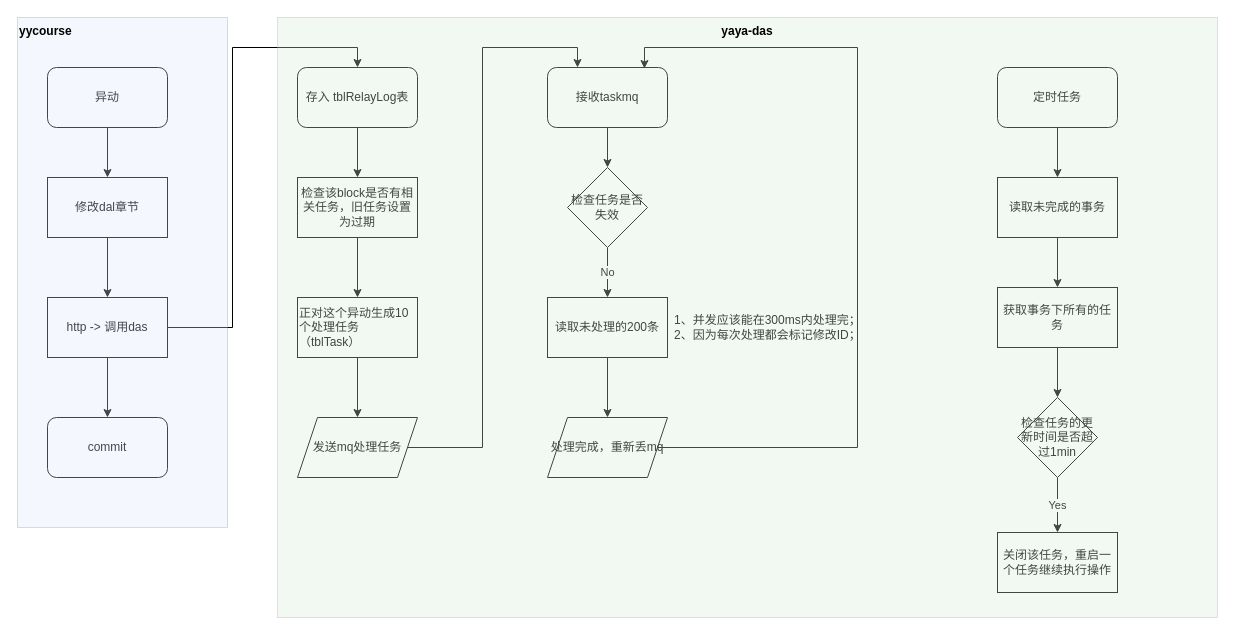
wgyuuu/flow_chart keeps this draw.io diagram as das_yidong.drawio. Above is the earlier version. Source tidied: cells renumbered, new cells numbered last; positions are measured from the earlier drawing's top-left corner, leaving out a move shared by most shapes. Both pictures are drawn from the tidied source at 100%, with x=0, y=0 at pixel (17, 17).
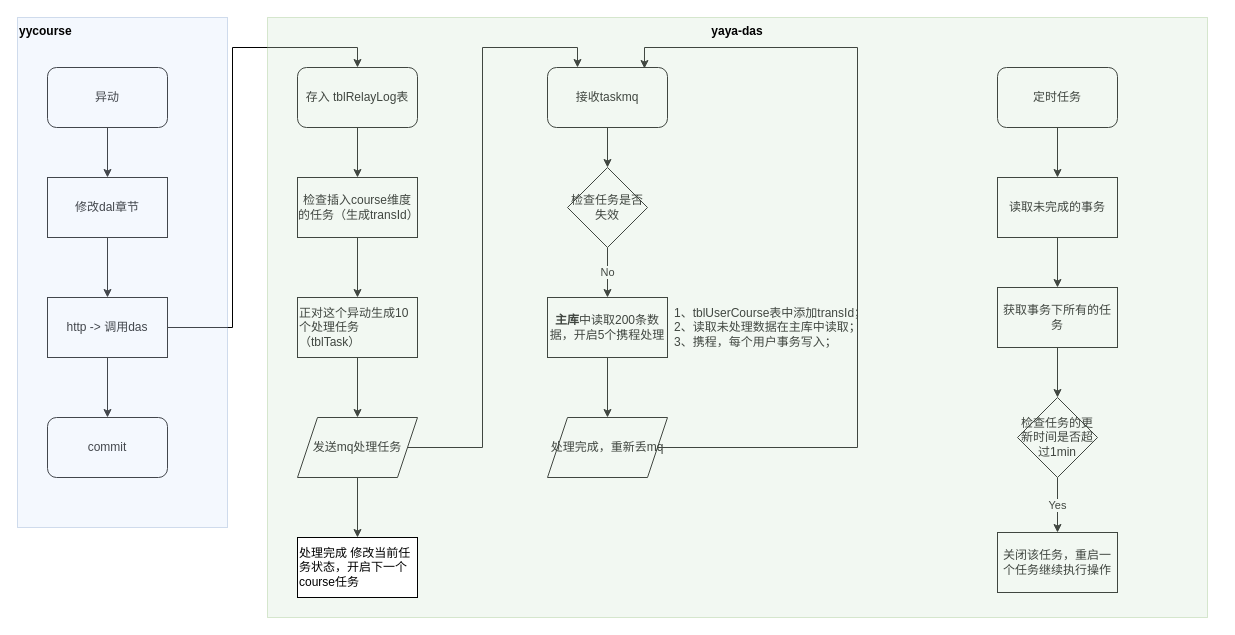
After the change.

Unchanged cells that the change refers to:
```xml
<mxCell id="15" value="发送mq处理任务" style="shape=parallelogram;perimeter=parallelogramPerimeter;whiteSpace=wrap;html=1;fixedSize=1;" parent="1" vertex="1">
  <mxGeometry x="280" y="400" width="120" height="60" as="geometry" />
</mxCell>
```

Diff of the diagram source:
```diff
@@
+    <mxCell id="38" style="edgeStyle=orthogonalEdgeStyle;rounded=0;jettySize=auto;html=1;entryX=0.5;entryY=0;entryDx=0;entryDy=0;" parent="1" edge="1" source="15" target="39">
+      <mxGeometry relative="1" as="geometry" />
+    </mxCell>
@@
-    <mxCell id="19" value="检查该block是否有相关任务，旧任务设置为过期" style="rounded=0;whiteSpace=wrap;html=1;" parent="1" vertex="1">
+    <mxCell id="19" value="检查插入course维度的任务（生成transId）" style="rounded=0;whiteSpace=wrap;html=1;" parent="1" vertex="1">
       <mxGeometry x="280" y="160" width="120" height="60" as="geometry" />
     </mxCell>
@@
-    <mxCell id="23" value="读取未处理的200条" style="rounded=0;whiteSpace=wrap;html=1;" parent="1" vertex="1">
+    <mxCell id="23" value="&lt;b&gt;主库&lt;/b&gt;中读取200条数据，开启5个携程处理" style="rounded=0;whiteSpace=wrap;html=1;" parent="1" vertex="1">
       <mxGeometry x="530" y="280" width="120" height="60" as="geometry" />
     </mxCell>
-    <mxCell id="24" value="1、并发应该能在300ms内处理完；&lt;br&gt;2、因为每次处理都会标记修改ID；" style="text;html=1;align=left;verticalAlign=middle;strokeColor=none;" parent="1" vertex="1">
-      <mxGeometry x="655" y="295" width="200" height="30" as="geometry" />
+    <mxCell id="24" value="1、tblUserCourse表中添加transId；&lt;br&gt;2、读取未处理数据在主库中读取；&lt;br&gt;3、携程，每个用户事务写入；" style="text;html=1;align=left;verticalAlign=middle;strokeColor=none;" parent="1" vertex="1">
+      <mxGeometry x="655" y="285" width="210" height="50" as="geometry" />
     </mxCell>
@@
     <mxCell id="37" value="yaya-das" style="rounded=0;whiteSpace=wrap;html=1;align=center;opacity=30;fillColor=#d5e8d4;strokeColor=#82b366;verticalAlign=top;fontStyle=1;" parent="1" vertex="1">
-      <mxGeometry x="260" width="940" height="600" as="geometry" />
+      <mxGeometry x="250" width="940" height="600" as="geometry" />
     </mxCell>
+    <mxCell id="39" value="处理完成 修改当前任务状态，开启下一个course任务" style="rounded=0;whiteSpace=wrap;html=1;align=left;" parent="1" vertex="1">
+      <mxGeometry x="280" y="520" width="120" height="60" as="geometry" />
+    </mxCell>
```
